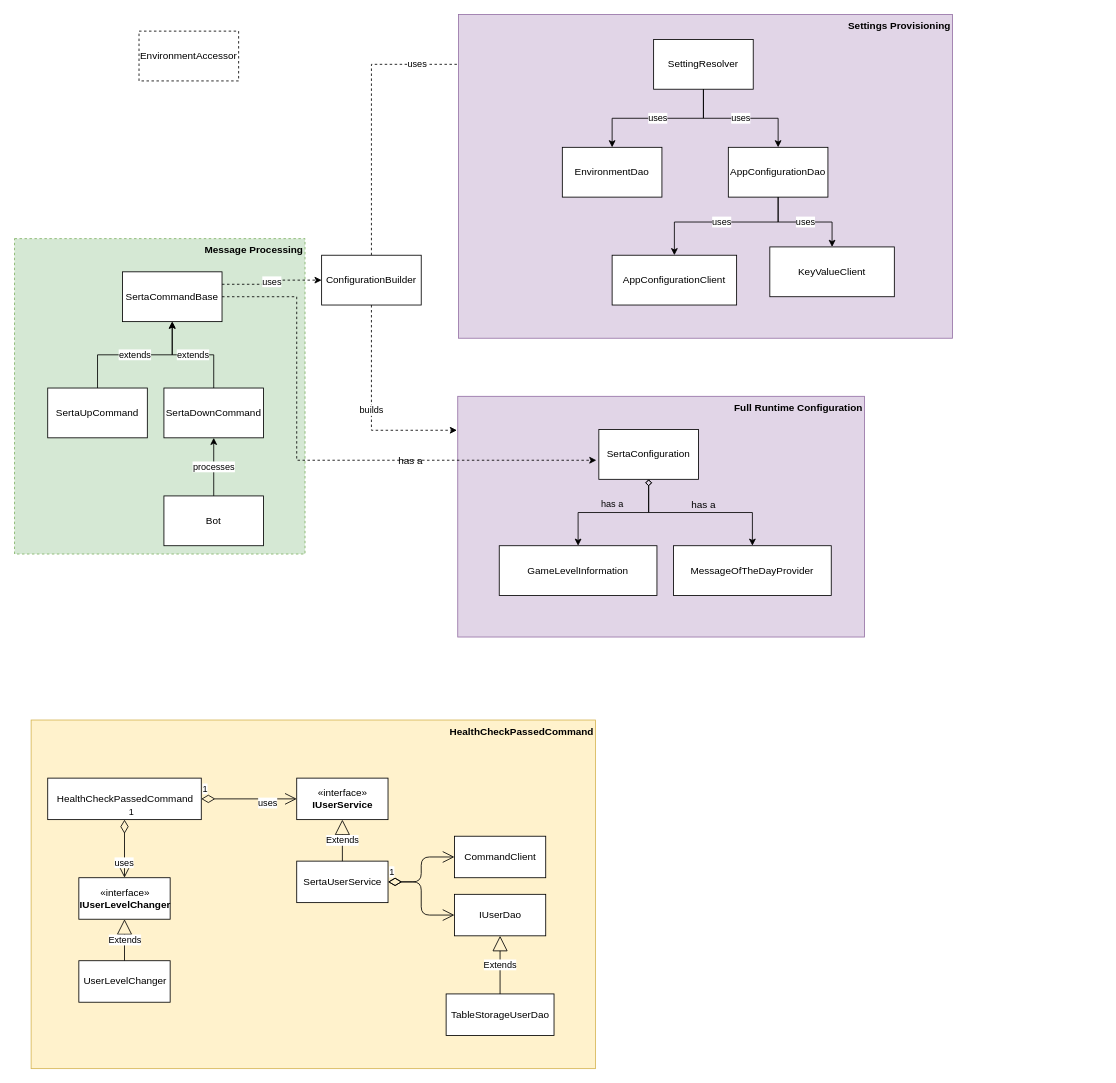
jfuerlinger/serta keeps this draw.io diagram as doc/Serta.drawio. Above is the earlier version. Source tidied: cells renumbered, new cells numbered last; positions are measured from the earlier drawing's top-left corner, leaving out a move shared by most shapes. Both pictures are drawn from the tidied source at 83%, with x=0, y=0 at pixel (14, 14).
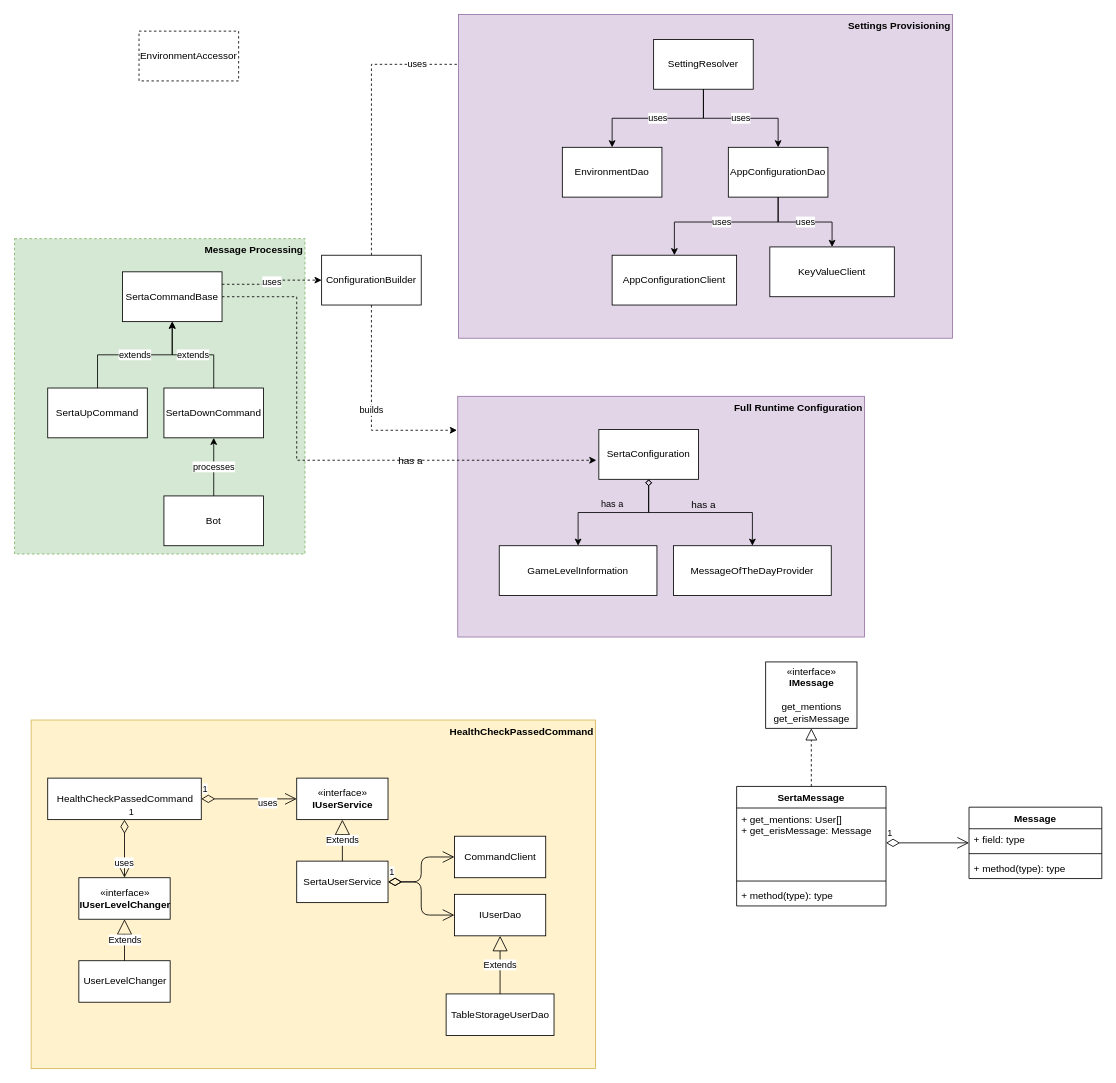
After the change.

The edit, as a diff of the source:
```diff
@@
+    <mxCell id="53" value="«interface»&lt;br&gt;&lt;b&gt;IMessage&lt;/b&gt;&lt;br&gt;&lt;br&gt;get_mentions&lt;br&gt;get_erisMessage" style="html=1;" parent="1" vertex="1">
+      <mxGeometry x="905" y="780" width="110" height="80" as="geometry" />
+    </mxCell>
+    <mxCell id="54" value="SertaMessage" style="swimlane;fontStyle=1;align=center;verticalAlign=top;horizontal=1;startSize=26;" parent="1" vertex="1">
+      <mxGeometry x="870" y="930" width="180" height="144" as="geometry" />
+    </mxCell>
+    <mxCell id="55" value="+ get_mentions: User[]&#10;+ get_erisMessage: Message" style="text;strokeColor=none;fillColor=none;align=left;verticalAlign=top;spacingLeft=4;spacingRight=4;overflow=hidden;points=[[0,0.5],[1,0.5]];portConstraint=eastwest;" parent="54" vertex="1">
+      <mxGeometry y="26" width="180" height="84" as="geometry" />
+    </mxCell>
+    <mxCell id="56" style="line;strokeWidth=1;fillColor=none;align=left;verticalAlign=middle;spacingTop=-1;spacingLeft=3;spacingRight=3;labelPosition=right;" parent="54" vertex="1">
+      <mxGeometry y="110" width="180" height="8" as="geometry" />
+    </mxCell>
+    <mxCell id="57" value="+ method(type): type" style="text;strokeColor=none;fillColor=none;align=left;verticalAlign=top;spacingLeft=4;spacingRight=4;overflow=hidden;" parent="54" vertex="1">
+      <mxGeometry y="118" width="180" height="26" as="geometry" />
+    </mxCell>
+    <mxCell id="58" value="1" style="endArrow=open;html=1;endSize=12;startArrow=diamondThin;startSize=14;startFill=0;edgeStyle=orthogonalEdgeStyle;align=left;verticalAlign=bottom;exitX=1;exitY=0.5;exitDx=0;exitDy=0;" parent="1" edge="1" source="55" target="60">
+      <mxGeometry x="-1" y="3" relative="1" as="geometry" />
+    </mxCell>
+    <mxCell id="59" style="endArrow=block;dashed=1;endFill=0;endSize=12;html=1;exitX=0.5;exitY=0;exitDx=0;exitDy=0;entryX=0.5;entryY=1;entryDx=0;entryDy=0;" parent="1" edge="1" source="54" target="53">
+      <mxGeometry relative="1" as="geometry" />
+    </mxCell>
+    <mxCell id="60" value="Message" style="swimlane;fontStyle=1;align=center;verticalAlign=top;horizontal=1;startSize=26;" parent="1" vertex="1">
+      <mxGeometry x="1150" y="955" width="160" height="86" as="geometry" />
+    </mxCell>
+    <mxCell id="61" value="+ field: type" style="text;strokeColor=none;fillColor=none;align=left;verticalAlign=top;spacingLeft=4;spacingRight=4;overflow=hidden;" parent="60" vertex="1">
+      <mxGeometry y="26" width="160" height="26" as="geometry" />
+    </mxCell>
+    <mxCell id="62" style="line;strokeWidth=1;fillColor=none;align=left;verticalAlign=middle;spacingTop=-1;spacingLeft=3;spacingRight=3;labelPosition=right;" parent="60" vertex="1">
+      <mxGeometry y="52" width="160" height="8" as="geometry" />
+    </mxCell>
+    <mxCell id="63" value="+ method(type): type" style="text;strokeColor=none;fillColor=none;align=left;verticalAlign=top;spacingLeft=4;spacingRight=4;overflow=hidden;" parent="60" vertex="1">
+      <mxGeometry y="60" width="160" height="26" as="geometry" />
+    </mxCell>
```
